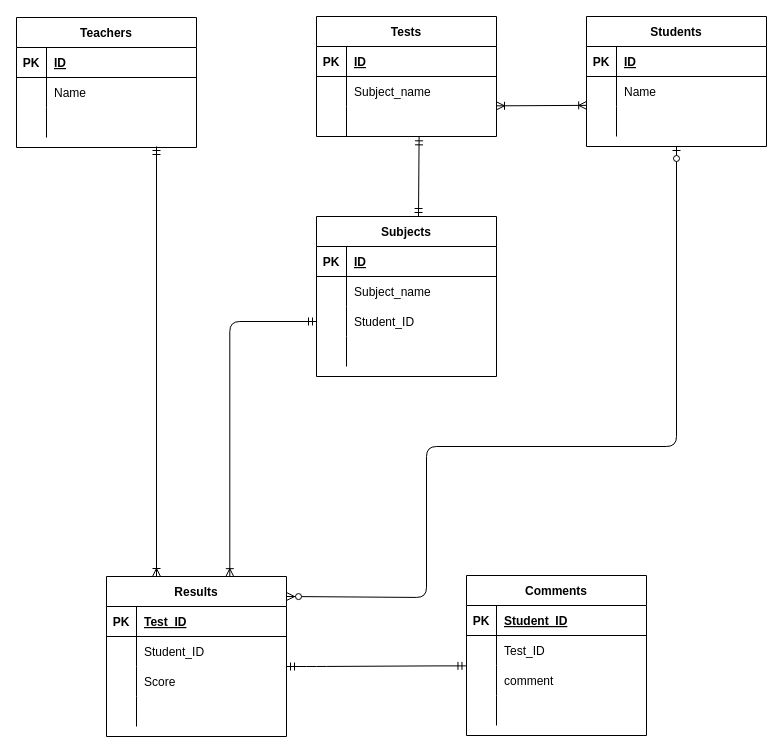
This is test.drawio from UTAGE12/2021ER, a draw.io file, before an edit. Source tidied: cells renumbered, new cells numbered last; positions are measured from the earlier drawing's top-left corner, leaving out a move shared by most shapes. Both pictures are drawn from the tidied source at 100%, with x=0, y=0 at pixel (16, 16).
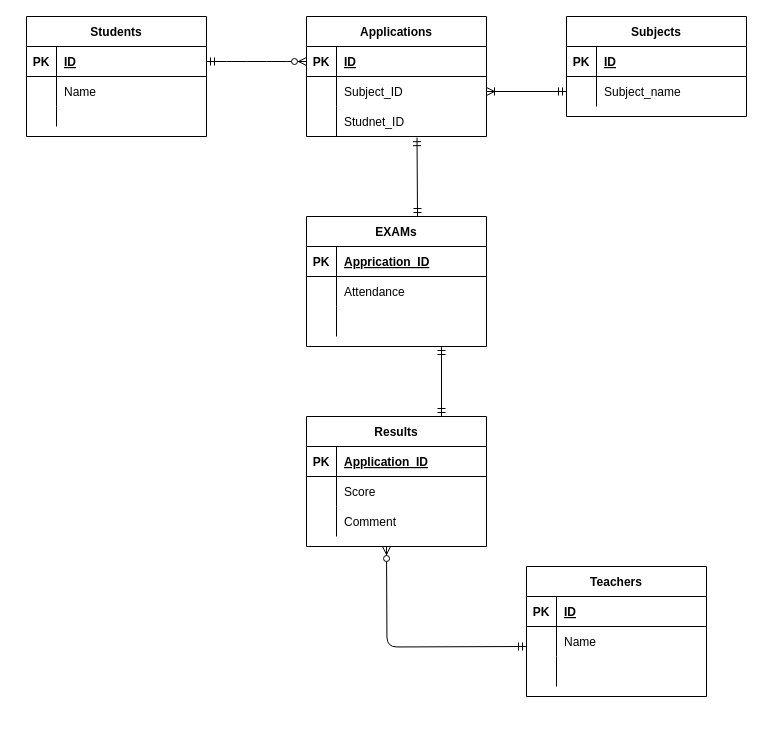
After the change.

The change refers to these unchanged cells:
```xml
<mxCell id="3" style="shape=partialRectangle;fillColor=none;top=0;left=0;bottom=1;right=0;points=[[0,0.5],[1,0.5]];portConstraint=eastwest;" parent="2" vertex="1">
  <mxGeometry y="30" width="180" height="30" as="geometry" />
</mxCell>
<mxCell id="13" style="shape=partialRectangle;fillColor=none;top=0;left=0;bottom=1;right=0;points=[[0,0.5],[1,0.5]];portConstraint=eastwest;" parent="12" vertex="1">
  <mxGeometry y="30" width="180" height="30" as="geometry" />
</mxCell>
<mxCell id="16" style="shape=partialRectangle;fillColor=none;top=0;left=0;bottom=0;right=0;points=[[0,0.5],[1,0.5]];portConstraint=eastwest;" parent="12" vertex="1">
  <mxGeometry y="60" width="180" height="30" as="geometry" />
</mxCell>
<mxCell id="19" style="shape=partialRectangle;fillColor=none;top=0;left=0;bottom=0;right=0;points=[[0,0.5],[1,0.5]];portConstraint=eastwest;" parent="12" vertex="1">
  <mxGeometry y="90" width="180" height="30" as="geometry" />
</mxCell>
<mxCell id="33" style="shape=partialRectangle;fillColor=none;top=0;left=0;bottom=1;right=0;" parent="32" vertex="1">
  <mxGeometry y="30" width="180" height="30" as="geometry" />
</mxCell>
<mxCell id="36" style="shape=partialRectangle;fillColor=none;top=0;left=0;bottom=0;right=0;" parent="32" vertex="1">
  <mxGeometry y="60" width="180" height="30" as="geometry" />
</mxCell>
<mxCell id="39" style="shape=partialRectangle;fillColor=none;top=0;left=0;bottom=0;right=0;" parent="32" vertex="1">
  <mxGeometry y="90" width="180" height="30" as="geometry" />
</mxCell>
<mxCell id="46" style="shape=partialRectangle;fillColor=none;top=0;left=0;bottom=1;right=0;" parent="45" vertex="1">
  <mxGeometry y="30" width="180" height="30" as="geometry" />
</mxCell>
<mxCell id="49" style="shape=partialRectangle;fillColor=none;top=0;left=0;bottom=0;right=0;" parent="45" vertex="1">
  <mxGeometry y="60" width="180" height="30" as="geometry" />
</mxCell>
<mxCell id="62" style="shape=partialRectangle;fillColor=none;top=0;left=0;bottom=0;right=0;points=[[0,0.5],[1,0.5]];portConstraint=eastwest;" parent="58" vertex="1">
  <mxGeometry y="60" width="180" height="30" as="geometry" />
</mxCell>
```

Change to the diagram source:
```diff
@@
     <mxCell id="2" value="Students" style="shape=table;startSize=30;childLayout=tableLayout;rowLines=0;fontStyle=1;align=center;" parent="1" vertex="1">
-      <mxGeometry x="570" width="180" height="130" as="geometry" />
+      <mxGeometry x="10" width="180" height="120" as="geometry" />
     </mxCell>
@@
     <mxCell id="9" style="shape=partialRectangle;fillColor=none;top=0;left=0;bottom=0;right=0;points=[[0,0.5],[1,0.5]];portConstraint=eastwest;" parent="2" vertex="1">
-      <mxGeometry y="90" width="180" height="30" as="geometry" />
+      <mxGeometry y="90" width="180" height="20" as="geometry" />
     </mxCell>
     <mxCell id="10" style="shape=partialRectangle;fillColor=none;top=0;left=0;bottom=0;right=0;overflow=hidden;" parent="9" vertex="1">
-      <mxGeometry width="30" height="30" as="geometry" />
+      <mxGeometry width="30" height="20" as="geometry" />
     </mxCell>
     <mxCell id="11" style="shape=partialRectangle;fillColor=none;top=0;left=0;bottom=0;right=0;align=left;spacingLeft=6;overflow=hidden;" parent="9" vertex="1">
-      <mxGeometry x="30" width="150" height="30" as="geometry" />
+      <mxGeometry x="30" width="150" height="20" as="geometry" />
     </mxCell>
-    <mxCell id="12" value="Tests" style="shape=table;startSize=30;childLayout=tableLayout;rowLines=0;fontStyle=1;align=center;" parent="1" vertex="1">
-      <mxGeometry x="300" width="180" height="120" as="geometry" />
+    <mxCell id="12" value="Applications" style="shape=table;startSize=30;childLayout=tableLayout;rowLines=0;fontStyle=1;align=center;" parent="1" vertex="1">
+      <mxGeometry x="290" width="180" height="120" as="geometry" />
     </mxCell>
@@
-    <mxCell id="18" value="Subject_name" style="shape=partialRectangle;fillColor=none;top=0;left=0;bottom=0;right=0;align=left;spacingLeft=6;overflow=hidden;" parent="16" vertex="1">
+    <mxCell id="18" value="Subject_ID" style="shape=partialRectangle;fillColor=none;top=0;left=0;bottom=0;right=0;align=left;spacingLeft=6;overflow=hidden;" parent="16" vertex="1">
       <mxGeometry x="30" width="150" height="30" as="geometry" />
     </mxCell>
@@
-    <mxCell id="21" style="shape=partialRectangle;fillColor=none;top=0;left=0;bottom=0;right=0;align=left;spacingLeft=6;overflow=hidden;" parent="19" vertex="1">
+    <mxCell id="21" value="Studnet_ID" style="shape=partialRectangle;fillColor=none;top=0;left=0;bottom=0;right=0;align=left;spacingLeft=6;overflow=hidden;" parent="19" vertex="1">
       <mxGeometry x="30" width="150" height="30" as="geometry" />
     </mxCell>
     <mxCell id="22" value="Teachers" style="shape=table;startSize=30;childLayout=tableLayout;rowLines=0;fontStyle=1;align=center;" parent="1" vertex="1">
-      <mxGeometry y="1" width="180" height="130" as="geometry" />
+      <mxGeometry x="510" y="550" width="180" height="130" as="geometry" />
     </mxCell>
@@
     <mxCell id="32" value="Results" style="shape=table;startSize=30;childLayout=tableLayout;rowLines=0;fontStyle=1;align=center;" parent="1" vertex="1">
-      <mxGeometry x="90" y="560" width="180" height="160" as="geometry" />
+      <mxGeometry x="290" y="400" width="180" height="130" as="geometry" />
     </mxCell>
@@
-    <mxCell id="35" value="Test_ID" style="shape=partialRectangle;fillColor=none;top=0;left=0;bottom=0;right=0;align=left;spacingLeft=6;fontStyle=5;overflow=hidden;" parent="33" vertex="1">
+    <mxCell id="35" value="Application_ID" style="shape=partialRectangle;fillColor=none;top=0;left=0;bottom=0;right=0;align=left;spacingLeft=6;fontStyle=5;overflow=hidden;" parent="33" vertex="1">
       <mxGeometry x="30" width="150" height="30" as="geometry" />
     </mxCell>
@@
-    <mxCell id="38" value="Student_ID" style="shape=partialRectangle;fillColor=none;top=0;left=0;bottom=0;right=0;align=left;spacingLeft=6;overflow=hidden;" parent="36" vertex="1">
+    <mxCell id="38" value="Score" style="shape=partialRectangle;fillColor=none;top=0;left=0;bottom=0;right=0;align=left;spacingLeft=6;overflow=hidden;" parent="36" vertex="1">
       <mxGeometry x="30" width="150" height="30" as="geometry" />
     </mxCell>
@@
-    <mxCell id="41" value="Score" style="shape=partialRectangle;fillColor=none;top=0;left=0;bottom=0;right=0;align=left;spacingLeft=6;overflow=hidden;" parent="39" vertex="1">
+    <mxCell id="41" value="Comment" style="shape=partialRectangle;fillColor=none;top=0;left=0;bottom=0;right=0;align=left;spacingLeft=6;overflow=hidden;" parent="39" vertex="1">
       <mxGeometry x="30" width="150" height="30" as="geometry" />
     </mxCell>
-    <mxCell id="42" style="shape=partialRectangle;fillColor=none;top=0;left=0;bottom=0;right=0;" parent="32" vertex="1">
-      <mxGeometry y="120" width="180" height="30" as="geometry" />
-    </mxCell>
-    <mxCell id="43" style="shape=partialRectangle;fillColor=none;top=0;left=0;bottom=0;right=0;overflow=hidden;" parent="42" vertex="1">
-      <mxGeometry width="30" height="30" as="geometry" />
-    </mxCell>
-    <mxCell id="44" style="shape=partialRectangle;fillColor=none;top=0;left=0;bottom=0;right=0;align=left;spacingLeft=6;overflow=hidden;" parent="42" vertex="1">
-      <mxGeometry x="30" width="150" height="30" as="geometry" />
-    </mxCell>
-    <mxCell id="45" value="Comments" style="shape=table;startSize=30;childLayout=tableLayout;rowLines=0;fontStyle=1;align=center;" parent="1" vertex="1">
-      <mxGeometry x="450" y="559" width="180" height="160" as="geometry" />
+    <mxCell id="45" value="EXAMs" style="shape=table;startSize=30;childLayout=tableLayout;rowLines=0;fontStyle=1;align=center;" parent="1" vertex="1">
+      <mxGeometry x="290" y="200" width="180" height="130" as="geometry" />
     </mxCell>
@@
-    <mxCell id="48" value="Student_ID" style="shape=partialRectangle;fillColor=none;top=0;left=0;bottom=0;right=0;align=left;spacingLeft=6;fontStyle=5;overflow=hidden;" parent="46" vertex="1">
+    <mxCell id="48" value="Apprication_ID" style="shape=partialRectangle;fillColor=none;top=0;left=0;bottom=0;right=0;align=left;spacingLeft=6;fontStyle=5;overflow=hidden;" parent="46" vertex="1">
       <mxGeometry x="30" width="150" height="30" as="geometry" />
     </mxCell>
@@
-    <mxCell id="51" value="Test_ID" style="shape=partialRectangle;fillColor=none;top=0;left=0;bottom=0;right=0;align=left;spacingLeft=6;overflow=hidden;" parent="49" vertex="1">
+    <mxCell id="51" value="Attendance" style="shape=partialRectangle;fillColor=none;top=0;left=0;bottom=0;right=0;align=left;spacingLeft=6;overflow=hidden;" parent="49" vertex="1">
       <mxGeometry x="30" width="150" height="30" as="geometry" />
     </mxCell>
-    <mxCell id="52" style="shape=partialRectangle;fillColor=none;top=0;left=0;bottom=0;right=0;points=[[0,0.5],[1,0.5]];portConstraint=eastwest;" parent="45" vertex="1">
-      <mxGeometry y="90" width="180" height="30" as="geometry" />
-    </mxCell>
-    <mxCell id="53" style="shape=partialRectangle;fillColor=none;top=0;left=0;bottom=0;right=0;overflow=hidden;" parent="52" vertex="1">
-      <mxGeometry width="30" height="30" as="geometry" />
-    </mxCell>
-    <mxCell id="54" value="comment" style="shape=partialRectangle;fillColor=none;top=0;left=0;bottom=0;right=0;align=left;spacingLeft=6;overflow=hidden;" parent="52" vertex="1">
-      <mxGeometry x="30" width="150" height="30" as="geometry" />
-    </mxCell>
     <mxCell id="55" style="shape=partialRectangle;fillColor=none;top=0;left=0;bottom=0;right=0;" parent="45" vertex="1">
-      <mxGeometry y="120" width="180" height="30" as="geometry" />
+      <mxGeometry y="90" width="180" height="30" as="geometry" />
     </mxCell>
@@
     <mxCell id="58" value="Subjects" style="shape=table;startSize=30;childLayout=tableLayout;rowLines=0;fontStyle=1;align=center;" parent="1" vertex="1">
-      <mxGeometry x="300" y="200" width="180" height="160" as="geometry" />
+      <mxGeometry x="550" width="180" height="100" as="geometry" />
     </mxCell>
@@
-    <mxCell id="65" style="shape=partialRectangle;fillColor=none;top=0;left=0;bottom=0;right=0;points=[[0,0.5],[1,0.5]];portConstraint=eastwest;" parent="58" vertex="1">
-      <mxGeometry y="90" width="180" height="30" as="geometry" />
-    </mxCell>
-    <mxCell id="66" style="shape=partialRectangle;fillColor=none;top=0;left=0;bottom=0;right=0;overflow=hidden;" parent="65" vertex="1">
-      <mxGeometry width="30" height="30" as="geometry" />
-    </mxCell>
-    <mxCell id="67" value="Student_ID" style="shape=partialRectangle;fillColor=none;top=0;left=0;bottom=0;right=0;align=left;spacingLeft=6;overflow=hidden;" parent="65" vertex="1">
-      <mxGeometry x="30" width="150" height="30" as="geometry" />
-    </mxCell>
-    <mxCell id="68" style="shape=partialRectangle;fillColor=none;top=0;left=0;bottom=0;right=0;" parent="58" vertex="1">
-      <mxGeometry y="120" width="180" height="30" as="geometry" />
-    </mxCell>
-    <mxCell id="69" style="shape=partialRectangle;fillColor=none;top=0;left=0;bottom=0;right=0;overflow=hidden;" parent="68" vertex="1">
-      <mxGeometry width="30" height="30" as="geometry" />
-    </mxCell>
-    <mxCell id="70" style="shape=partialRectangle;fillColor=none;top=0;left=0;bottom=0;right=0;align=left;spacingLeft=6;overflow=hidden;" parent="68" vertex="1">
-      <mxGeometry x="30" width="150" height="30" as="geometry" />
-    </mxCell>
-    <mxCell id="71" style="edgeStyle=entityRelationEdgeStyle;fontSize=12;html=1;endArrow=ERmandOne;startArrow=ERmandOne;entryX=-0.003;entryY=0.013;entryDx=0;entryDy=0;entryPerimeter=0;" parent="1" edge="1" target="52">
-      <mxGeometry relative="1" as="geometry">
-        <mxPoint x="270" y="650" as="sourcePoint" />
-      </mxGeometry>
-    </mxCell>
-    <mxCell id="72" style="fontSize=12;html=1;endArrow=ERoneToMany;startArrow=ERmandOne;" parent="1" edge="1">
-      <mxGeometry relative="1" as="geometry">
-        <mxPoint x="140" y="130" as="sourcePoint" />
-        <mxPoint x="140" y="560" as="targetPoint" />
-      </mxGeometry>
-    </mxCell>
-    <mxCell id="73" style="edgeStyle=orthogonalEdgeStyle;fontSize=12;html=1;endArrow=ERzeroToMany;startArrow=ERzeroToOne;exitX=0.5;exitY=1;exitDx=0;exitDy=0;" parent="1" edge="1" source="2">
-      <mxGeometry relative="1" as="geometry">
-        <mxPoint x="270" y="580" as="targetPoint" />
-        <Array as="points">
-          <mxPoint x="660" y="430" />
-          <mxPoint x="410" y="430" />
-          <mxPoint x="410" y="581" />
-        </Array>
-      </mxGeometry>
-    </mxCell>
-    <mxCell id="74" style="fontSize=12;html=1;endArrow=ERoneToMany;startArrow=ERoneToMany;exitX=1;exitY=-0.022;exitDx=0;exitDy=0;exitPerimeter=0;entryX=0.001;entryY=-0.038;entryDx=0;entryDy=0;entryPerimeter=0;" parent="1" edge="1" source="19" target="9">
-      <mxGeometry relative="1" as="geometry" />
-    </mxCell>
-    <mxCell id="75" style="fontSize=12;html=1;endArrow=ERmandOne;startArrow=ERmandOne;entryX=0.57;entryY=1.011;entryDx=0;entryDy=0;entryPerimeter=0;" parent="1" edge="1" target="19">
-      <mxGeometry relative="1" as="geometry">
-        <mxPoint x="402" y="200" as="sourcePoint" />
-      </mxGeometry>
-    </mxCell>
-    <mxCell id="76" style="fontSize=12;html=1;endArrow=ERoneToMany;startArrow=ERmandOne;edgeStyle=orthogonalEdgeStyle;exitX=0;exitY=0.5;exitDx=0;exitDy=0;entryX=0.685;entryY=0.001;entryDx=0;entryDy=0;entryPerimeter=0;" parent="1" edge="1" source="65" target="32">
-      <mxGeometry relative="1" as="geometry" />
-    </mxCell>
+    <mxCell id="77" style="edgeStyle=entityRelationEdgeStyle;fontSize=12;html=1;endArrow=ERzeroToMany;startArrow=ERmandOne;exitX=1;exitY=0.5;exitDx=0;exitDy=0;entryX=0;entryY=0.5;entryDx=0;entryDy=0;" parent="1" edge="1" source="3" target="13">
+      <mxGeometry relative="1" as="geometry" />
+    </mxCell>
+    <mxCell id="78" style="fontSize=12;html=1;endArrow=ERoneToMany;startArrow=ERmandOne;exitX=0;exitY=0.5;exitDx=0;exitDy=0;entryX=1;entryY=0.5;entryDx=0;entryDy=0;" parent="1" edge="1" source="62" target="16">
+      <mxGeometry relative="1" as="geometry" />
+    </mxCell>
+    <mxCell id="79" style="fontSize=12;html=1;endArrow=ERmandOne;startArrow=ERmandOne;entryX=0.614;entryY=1.039;entryDx=0;entryDy=0;entryPerimeter=0;" parent="1" edge="1" target="19">
+      <mxGeometry relative="1" as="geometry">
+        <mxPoint x="401" y="200" as="sourcePoint" />
+      </mxGeometry>
+    </mxCell>
+    <mxCell id="80" style="edgeStyle=orthogonalEdgeStyle;fontSize=12;html=1;endArrow=ERzeroToMany;startArrow=ERmandOne;" parent="1" edge="1">
+      <mxGeometry relative="1" as="geometry">
+        <mxPoint x="510" y="630" as="sourcePoint" />
+        <mxPoint x="370" y="530" as="targetPoint" />
+      </mxGeometry>
+    </mxCell>
+    <mxCell id="81" style="fontSize=12;html=1;endArrow=ERmandOne;startArrow=ERmandOne;entryX=0.75;entryY=1;entryDx=0;entryDy=0;exitX=0.75;exitY=0;exitDx=0;exitDy=0;" parent="1" edge="1" source="32" target="45">
+      <mxGeometry relative="1" as="geometry" />
+    </mxCell>
```
